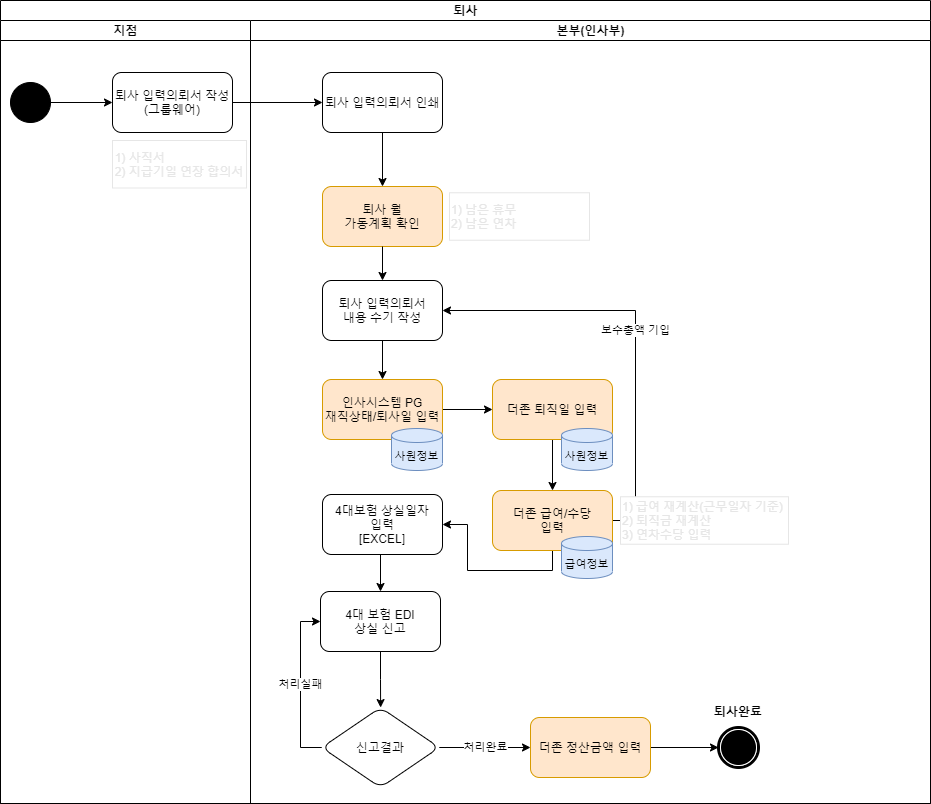
The draw.io diagram Insa_Resignation.drawio의 복사본.png in seunggeunjo/Flow-Chart, before a commit. Source tidied: cells renumbered, new cells last; positions are measured from the earlier drawing's top-left corner, leaving out a move shared by most shapes.
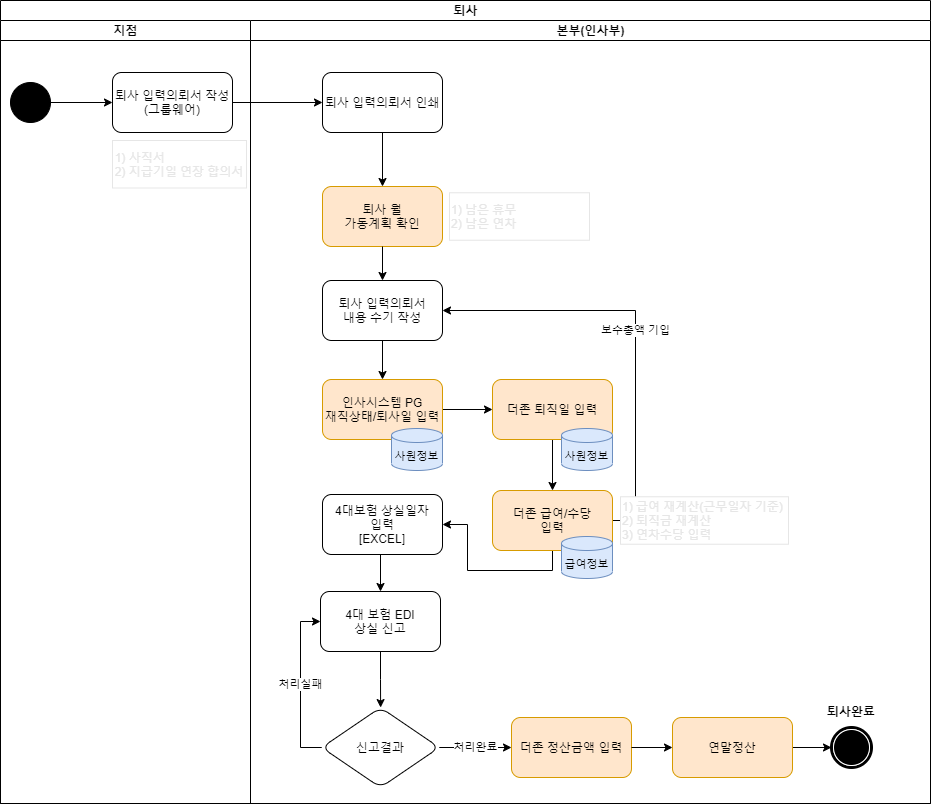
Later version of the same file.

Commit message:
Insa_Resignation.drawio의 복사본.png 업데이트

The edit, as a diff of the source:
```diff
@@ -99,11 +99,8 @@
     <mxCell id="31" value="4대 보험 EDI&lt;br&gt;상실 신고" style="whiteSpace=wrap;html=1;rounded=1;" parent="9" vertex="1">
       <mxGeometry x="70" y="571" width="120" height="60" as="geometry" />
     </mxCell>
-    <mxCell id="32" style="edgeStyle=orthogonalEdgeStyle;rounded=0;jettySize=auto;html=1;exitX=1;exitY=0.5;exitDx=0;exitDy=0;entryX=0;entryY=0.5;entryDx=0;entryDy=0;fontColor=#000000;" parent="9" edge="1" source="33" target="37">
-      <mxGeometry relative="1" as="geometry" />
-    </mxCell>
     <mxCell id="33" value="더존 정산금액 입력" style="whiteSpace=wrap;html=1;rounded=1;strokeColor=#d79b00;fillColor=#ffe6cc;" parent="9" vertex="1">
-      <mxGeometry x="280" y="697" width="120" height="60" as="geometry" />
+      <mxGeometry x="261" y="697" width="120" height="60" as="geometry" />
     </mxCell>
     <mxCell id="34" value="처리완료" style="edgeStyle=orthogonalEdgeStyle;rounded=0;jettySize=auto;html=1;exitX=1;exitY=0.5;exitDx=0;exitDy=0;entryX=0;entryY=0.5;entryDx=0;entryDy=0;fontColor=#000000;" parent="9" edge="1" source="36" target="33">
       <mxGeometry relative="1" as="geometry">
@@ -120,10 +117,19 @@
       <mxGeometry x="71.2" y="687" width="117.5" height="80" as="geometry" />
     </mxCell>
     <mxCell id="37" style="shape=mxgraph.bpmn.shape;html=1;verticalLabelPosition=bottom;labelBackgroundColor=#ffffff;verticalAlign=top;perimeter=ellipsePerimeter;outline=end;symbol=terminate;rounded=0;shadow=0;comic=0;strokeWidth=1;fontFamily=Verdana;fontSize=12;align=center;" parent="9" vertex="1">
-      <mxGeometry x="468" y="707" width="40" height="40" as="geometry" />
+      <mxGeometry x="581" y="707" width="40" height="40" as="geometry" />
     </mxCell>
     <mxCell id="38" value="&lt;b&gt;퇴사완료&lt;/b&gt;" style="text;html=1;strokeColor=none;fillColor=none;align=center;verticalAlign=middle;whiteSpace=wrap;rounded=0;fontColor=#000000;" parent="9" vertex="1">
-      <mxGeometry x="458" y="676" width="60" height="30" as="geometry" />
+      <mxGeometry x="571" y="676" width="60" height="30" as="geometry" />
     </mxCell>
+    <mxCell id="39" style="edgeStyle=orthogonalEdgeStyle;rounded=0;jettySize=auto;html=1;exitX=1;exitY=0.5;exitDx=0;exitDy=0;entryX=0;entryY=0.5;entryDx=0;entryDy=0;fontColor=#000000;" parent="9" edge="1" source="40" target="37">
+      <mxGeometry relative="1" as="geometry" />
+    </mxCell>
+    <mxCell id="40" value="연말정산" style="whiteSpace=wrap;html=1;rounded=1;strokeColor=#d79b00;fillColor=#ffe6cc;" parent="9" vertex="1">
+      <mxGeometry x="422" y="697" width="120" height="60" as="geometry" />
+    </mxCell>
+    <mxCell id="41" style="edgeStyle=orthogonalEdgeStyle;rounded=0;jettySize=auto;html=1;fontColor=#000000;" parent="9" edge="1" source="33" target="40">
+      <mxGeometry relative="1" as="geometry" />
+    </mxCell>
   </root>
 </mxGraphModel>
```
